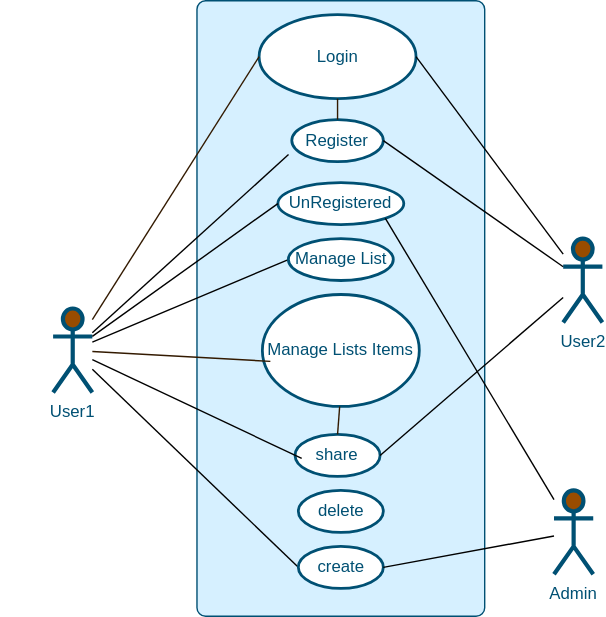
Earlier version of the draw.io export user-model.drawio.svg (Leona-a/the-little-helper). Source tidied: cells renumbered, new cells last; positions are measured from the earlier drawing's top-left corner, leaving out a move shared by most shapes.
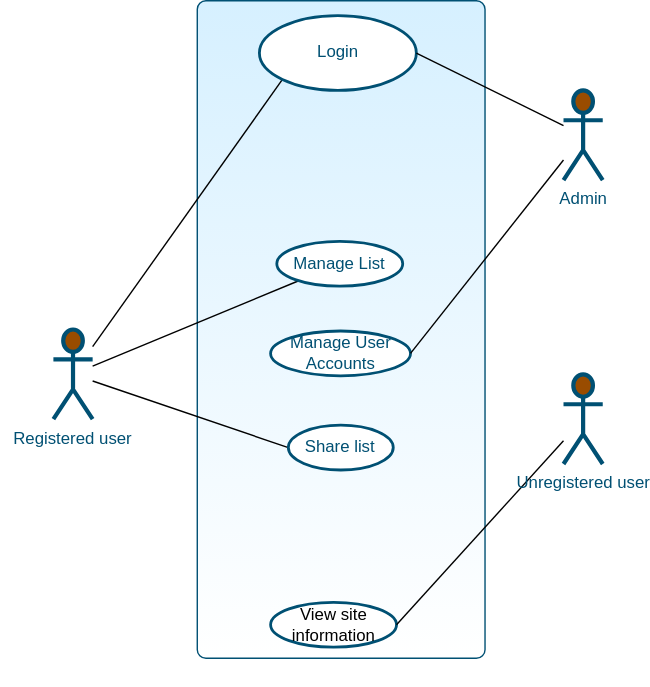
Later version of the same file.

Diff of the diagram source:
```diff
@@ -3,90 +3,55 @@
     <mxCell id="0" />
     <mxCell id="1" parent="0" />
     <mxCell id="2" style="group;" parent="1" vertex="1">
-      <mxGeometry width="430" height="440" as="geometry" />
+      <mxGeometry width="430" height="490" as="geometry" />
     </mxCell>
-    <mxCell id="3" style="rounded=1;whiteSpace=wrap;html=1;fontFamily=Helvetica;fontSize=12;fontColor=default;fillColor=#D6F0FF;gradientColor=none;strokeColor=#005073;arcSize=3;" parent="2" vertex="1">
-      <mxGeometry x="140.2" width="205.7" height="440" as="geometry" />
+    <mxCell id="3" style="rounded=1;whiteSpace=wrap;html=1;fontFamily=Helvetica;fontSize=12;fontColor=default;fillColor=#D6F0FF;gradientColor=#ffffff;strokeColor=#005073;arcSize=3;" parent="2" vertex="1">
+      <mxGeometry x="140.2" width="205.7" height="470" as="geometry" />
     </mxCell>
-    <mxCell id="4" style="edgeStyle=none;html=1;strokeColor=#000000;endArrow=none;endFill=0;" parent="2" edge="1" source="6">
-      <mxGeometry relative="1" as="geometry">
-        <mxPoint x="205.7" y="110" as="targetPoint" />
-      </mxGeometry>
-    </mxCell>
+    <mxCell id="30" value="&lt;font color=&quot;#000000&quot;&gt;View site information&lt;/font&gt;" style="ellipse;whiteSpace=wrap;html=1;fillColor=#ffffff;strokeColor=#005073;strokeWidth=2;" parent="2" vertex="1">
+      <mxGeometry x="192.6" y="430" width="90" height="32" as="geometry" />
+    </mxCell>
+    <mxCell id="8" style="edgeStyle=none;html=1;entryX=0;entryY=1;entryDx=0;entryDy=0;endArrow=none;endFill=0;strokeColor=#000000;" parent="2" edge="1" source="6" target="7">
+      <mxGeometry relative="1" as="geometry" />
+    </mxCell>
+    <mxCell id="31" style="edgeStyle=none;html=1;endArrow=none;endFill=0;strokeColor=#000000;" parent="2" edge="1" source="6" target="12">
+      <mxGeometry relative="1" as="geometry" />
+    </mxCell>
     <mxCell id="5" style="edgeStyle=none;html=1;entryX=0;entryY=0.5;entryDx=0;entryDy=0;endArrow=none;endFill=0;strokeColor=#000000;" parent="2" edge="1" source="6" target="16">
       <mxGeometry relative="1" as="geometry" />
     </mxCell>
-    <mxCell id="6" value="User1" style="shape=umlActor;verticalLabelPosition=bottom;verticalAlign=top;html=1;outlineConnect=0;strokeColor=#005073;fillColor=#994C00;strokeWidth=3;fontColor=#005073;" parent="2" vertex="1">
-      <mxGeometry x="37.4" y="220" width="28" height="60" as="geometry" />
+    <mxCell id="6" value="Registered user" style="shape=umlActor;verticalLabelPosition=bottom;verticalAlign=top;html=1;outlineConnect=0;strokeColor=#005073;fillColor=#994C00;strokeWidth=3;fontColor=#005073;" parent="2" vertex="1">
+      <mxGeometry x="37.4" y="235" width="28" height="64.1" as="geometry" />
     </mxCell>
     <mxCell id="7" value="&lt;span style=&quot;color: rgb(0 , 80 , 115)&quot;&gt;Login&lt;/span&gt;" style="ellipse;whiteSpace=wrap;html=1;fillColor=#ffffff;strokeColor=#005073;strokeWidth=2;" parent="2" vertex="1">
-      <mxGeometry x="184.6" y="10" width="112.2" height="60" as="geometry" />
+      <mxGeometry x="184.6" y="10.7" width="112.2" height="53.4" as="geometry" />
     </mxCell>
-    <mxCell id="8" style="edgeStyle=none;html=1;entryX=0;entryY=0.5;entryDx=0;entryDy=0;fontSize=12;fontColor=#005073;strokeColor=#331A00;endArrow=none;endFill=0;" parent="2" edge="1" source="6" target="7">
-      <mxGeometry relative="1" as="geometry" />
-    </mxCell>
     <mxCell id="9" style="group;fontColor=#005073;" parent="2" vertex="1">
-      <mxGeometry x="392.6" y="60" width="30.8" height="63" as="geometry" />
+      <mxGeometry x="392.6" y="64.1" width="30.8" height="67.3" as="geometry" />
     </mxCell>
-    <mxCell id="10" value="&lt;font color=&quot;#005073&quot;&gt;Manage Lists Items&lt;/font&gt;" style="ellipse;whiteSpace=wrap;html=1;fillColor=#ffffff;strokeColor=#005073;strokeWidth=2;" parent="2" vertex="1">
-      <mxGeometry x="187" y="210" width="112.2" height="80" as="geometry" />
-    </mxCell>
-    <mxCell id="11" style="edgeStyle=none;shape=connector;rounded=1;html=1;entryX=0.051;entryY=0.597;entryDx=0;entryDy=0;entryPerimeter=0;labelBackgroundColor=default;fontFamily=Helvetica;fontSize=12;fontColor=default;endArrow=none;endFill=0;strokeColor=#331A00;" parent="2" edge="1" source="6" target="10">
-      <mxGeometry relative="1" as="geometry" />
-    </mxCell>
-    <mxCell id="12" value="&lt;span style=&quot;color: rgb(0 , 80 , 115)&quot;&gt;Register&lt;/span&gt;" style="ellipse;whiteSpace=wrap;html=1;fillColor=#ffffff;strokeColor=#005073;strokeWidth=2;" parent="2" vertex="1">
-      <mxGeometry x="208" y="85" width="65.4" height="30" as="geometry" />
+    <mxCell id="12" value="&lt;span style=&quot;color: rgb(0 , 80 , 115)&quot;&gt;Manage List&lt;/span&gt;" style="ellipse;whiteSpace=wrap;html=1;fillColor=#ffffff;strokeColor=#005073;strokeWidth=2;" parent="2" vertex="1">
+      <mxGeometry x="197" y="172" width="90" height="32" as="geometry" />
     </mxCell>
-    <mxCell id="13" style="edgeStyle=none;shape=connector;rounded=1;html=1;entryX=0.5;entryY=0;entryDx=0;entryDy=0;labelBackgroundColor=default;fontFamily=Helvetica;fontSize=12;fontColor=default;endArrow=none;endFill=0;strokeColor=#331A00;" parent="2" edge="1" source="7" target="12">
-      <mxGeometry relative="1" as="geometry" />
-    </mxCell>
-    <mxCell id="14" value="&lt;font color=&quot;#005073&quot;&gt;UnRegistered&lt;/font&gt;" style="ellipse;whiteSpace=wrap;html=1;fillColor=#ffffff;strokeColor=#005073;strokeWidth=2;" parent="2" vertex="1">
-      <mxGeometry x="198" y="130" width="90" height="30" as="geometry" />
-    </mxCell>
-    <mxCell id="15" style="edgeStyle=none;html=1;entryX=0;entryY=0.5;entryDx=0;entryDy=0;endArrow=none;endFill=0;strokeColor=#000000;" parent="2" edge="1" source="6" target="14">
-      <mxGeometry relative="1" as="geometry" />
-    </mxCell>
-    <mxCell id="16" value="&lt;span style=&quot;color: rgb(0 , 80 , 115)&quot;&gt;Manage List&lt;/span&gt;" style="ellipse;whiteSpace=wrap;html=1;fillColor=#ffffff;strokeColor=#005073;strokeWidth=2;" parent="2" vertex="1">
-      <mxGeometry x="205.5" y="170" width="75" height="30" as="geometry" />
+    <mxCell id="16" value="&lt;font color=&quot;#005073&quot;&gt;Share list&lt;/font&gt;" style="ellipse;whiteSpace=wrap;html=1;fillColor=#ffffff;strokeColor=#005073;strokeWidth=2;" parent="2" vertex="1">
+      <mxGeometry x="205.3" y="303.4" width="75" height="32" as="geometry" />
     </mxCell>
-    <mxCell id="17" value="&lt;span style=&quot;color: rgb(0 , 80 , 115)&quot;&gt;share&lt;/span&gt;" style="ellipse;whiteSpace=wrap;html=1;fillColor=#ffffff;strokeColor=#005073;strokeWidth=2;" parent="2" vertex="1">
-      <mxGeometry x="210.3" y="310" width="60.8" height="30" as="geometry" />
+    <mxCell id="17" value="&lt;span style=&quot;color: rgb(0 , 80 , 115)&quot;&gt;Manage User Accounts&lt;/span&gt;" style="ellipse;whiteSpace=wrap;html=1;fillColor=#ffffff;strokeColor=#005073;strokeWidth=2;" parent="2" vertex="1">
+      <mxGeometry x="192.6" y="236.1" width="100" height="32" as="geometry" />
     </mxCell>
-    <mxCell id="18" style="edgeStyle=none;html=1;entryX=0.078;entryY=0.571;entryDx=0;entryDy=0;entryPerimeter=0;endArrow=none;endFill=0;strokeColor=#000000;" parent="2" edge="1" source="6" target="17">
-      <mxGeometry relative="1" as="geometry" />
-    </mxCell>
-    <mxCell id="19" style="edgeStyle=none;shape=connector;rounded=1;html=1;entryX=0.5;entryY=0;entryDx=0;entryDy=0;labelBackgroundColor=default;fontFamily=Helvetica;fontSize=12;fontColor=default;endArrow=none;endFill=0;strokeColor=#331A00;" parent="2" edge="1" source="10" target="17">
-      <mxGeometry relative="1" as="geometry" />
-    </mxCell>
-    <mxCell id="20" value="&lt;font color=&quot;#005073&quot;&gt;delete&lt;/font&gt;" style="ellipse;whiteSpace=wrap;html=1;fillColor=#ffffff;strokeColor=#005073;strokeWidth=2;" parent="2" vertex="1">
-      <mxGeometry x="212.7" y="350" width="60.8" height="30" as="geometry" />
-    </mxCell>
-    <mxCell id="21" style="edgeStyle=none;html=1;entryX=0;entryY=0.5;entryDx=0;entryDy=0;endArrow=none;endFill=0;strokeColor=#000000;" parent="2" edge="1" source="6" target="22">
-      <mxGeometry relative="1" as="geometry" />
-    </mxCell>
-    <mxCell id="22" value="&lt;font color=&quot;#005073&quot;&gt;create&lt;/font&gt;" style="ellipse;whiteSpace=wrap;html=1;fillColor=#ffffff;strokeColor=#005073;strokeWidth=2;" parent="2" vertex="1">
-      <mxGeometry x="212.7" y="390" width="60.8" height="30" as="geometry" />
-    </mxCell>
+    <mxCell id="24" style="edgeStyle=none;html=1;entryX=1;entryY=0.5;entryDx=0;entryDy=0;endArrow=none;endFill=0;strokeColor=#000000;" parent="2" edge="1" source="25" target="7">
+      <mxGeometry relative="1" as="geometry" />
+    </mxCell>
-    <mxCell id="23" style="edgeStyle=none;html=1;endArrow=none;endFill=0;strokeColor=#000000;entryX=1;entryY=0.5;entryDx=0;entryDy=0;" parent="2" edge="1" source="25" target="17">
+    <mxCell id="23" style="edgeStyle=none;html=1;entryX=1;entryY=0.5;entryDx=0;entryDy=0;endArrow=none;endFill=0;strokeColor=#000000;" parent="2" edge="1" source="25" target="17">
       <mxGeometry relative="1" as="geometry" />
     </mxCell>
-    <mxCell id="24" style="edgeStyle=none;html=1;entryX=1;entryY=0.5;entryDx=0;entryDy=0;endArrow=none;endFill=0;strokeColor=#000000;" parent="2" edge="1" source="25" target="7">
-      <mxGeometry relative="1" as="geometry" />
-    </mxCell>
-    <mxCell id="25" value="User2" style="shape=umlActor;verticalLabelPosition=bottom;verticalAlign=top;html=1;outlineConnect=0;strokeColor=#005073;fillColor=#994C00;strokeWidth=3;fontColor=#005073;" parent="2" vertex="1">
-      <mxGeometry x="402" y="170" width="28" height="60" as="geometry" />
+    <mxCell id="25" value="Admin" style="shape=umlActor;verticalLabelPosition=bottom;verticalAlign=top;html=1;outlineConnect=0;strokeColor=#005073;fillColor=#994C00;strokeWidth=3;fontColor=#005073;" parent="2" vertex="1">
+      <mxGeometry x="402" y="64.1" width="28" height="64.1" as="geometry" />
     </mxCell>
-    <mxCell id="26" style="edgeStyle=none;html=1;entryX=1;entryY=0.5;entryDx=0;entryDy=0;strokeColor=#000000;endArrow=none;endFill=0;" parent="2" edge="1" source="25" target="12">
-      <mxGeometry relative="1" as="geometry" />
-    </mxCell>
-    <mxCell id="27" style="edgeStyle=none;html=1;entryX=1;entryY=1;entryDx=0;entryDy=0;endArrow=none;endFill=0;strokeColor=#000000;" parent="2" edge="1" source="29" target="14">
-      <mxGeometry relative="1" as="geometry" />
-    </mxCell>
-    <mxCell id="28" style="edgeStyle=none;html=1;endArrow=none;endFill=0;strokeColor=#000000;entryX=1;entryY=0.5;entryDx=0;entryDy=0;" parent="2" edge="1" source="29" target="22">
-      <mxGeometry relative="1" as="geometry" />
-    </mxCell>
+    <mxCell id="32" style="edgeStyle=none;html=1;entryX=1;entryY=0.5;entryDx=0;entryDy=0;fontColor=#000000;endArrow=none;endFill=0;strokeColor=#000000;" parent="2" edge="1" source="29" target="30">
+      <mxGeometry relative="1" as="geometry" />
+    </mxCell>
-    <mxCell id="29" value="Admin" style="shape=umlActor;verticalLabelPosition=bottom;verticalAlign=top;html=1;outlineConnect=0;strokeColor=#005073;fillColor=#994C00;strokeWidth=3;fontColor=#005073;" parent="2" vertex="1">
-      <mxGeometry x="395.4" y="350" width="28" height="60" as="geometry" />
+    <mxCell id="29" value="Unregistered user" style="shape=umlActor;verticalLabelPosition=bottom;verticalAlign=top;html=1;outlineConnect=0;strokeColor=#005073;fillColor=#994C00;strokeWidth=3;fontColor=#005073;" parent="2" vertex="1">
+      <mxGeometry x="402" y="267" width="28" height="64.1" as="geometry" />
     </mxCell>
   </root>
 </mxGraphModel>
```
